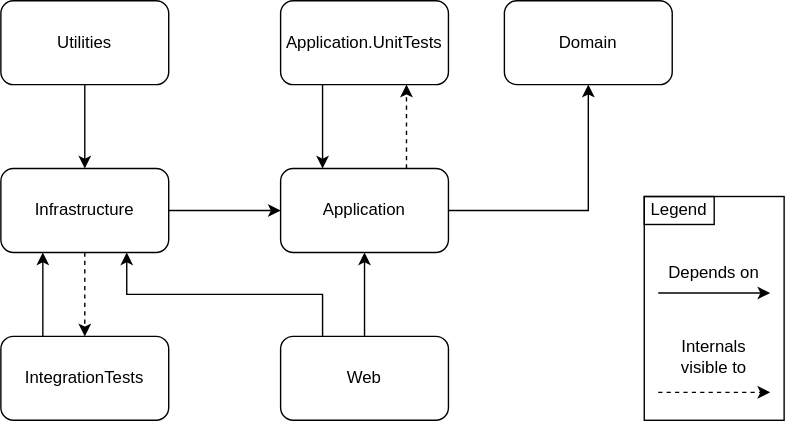
Earlier version of the draw.io export docs/diagrams/ProjectDependencyDiagram.drawio.svg (KGergo88/CinemaTicketBookingSystemApi). Source tidied: cells renumbered, new cells last; positions are measured from the earlier drawing's top-left corner, leaving out a move shared by most shapes. Source of this version:
```xml
<mxGraphModel>
  <root>
    <mxCell id="0" />
    <mxCell id="1" parent="0" />
    <mxCell id="2" style="edgeStyle=orthogonalEdgeStyle;rounded=0;jettySize=auto;html=1;exitX=0.25;exitY=1;exitDx=0;exitDy=0;entryX=0.25;entryY=0;entryDx=0;entryDy=0;" parent="1" edge="1" source="3" target="9">
      <mxGeometry relative="1" as="geometry" />
    </mxCell>
    <mxCell id="3" value="Application.UnitTests" style="rounded=1;whiteSpace=wrap;html=1;" parent="1" vertex="1">
      <mxGeometry x="200" width="120" height="60" as="geometry" />
    </mxCell>
    <mxCell id="4" style="edgeStyle=orthogonalEdgeStyle;rounded=0;jettySize=auto;html=1;exitX=1;exitY=0.5;exitDx=0;exitDy=0;entryX=0;entryY=0.5;entryDx=0;entryDy=0;" parent="1" edge="1" source="5" target="9">
      <mxGeometry relative="1" as="geometry" />
    </mxCell>
    <mxCell id="5" value="Infrastructure" style="rounded=1;whiteSpace=wrap;html=1;" parent="1" vertex="1">
      <mxGeometry y="120" width="120" height="60" as="geometry" />
    </mxCell>
    <mxCell id="6" value="Domain" style="rounded=1;whiteSpace=wrap;html=1;" parent="1" vertex="1">
      <mxGeometry x="360" width="120" height="60" as="geometry" />
    </mxCell>
    <mxCell id="7" style="edgeStyle=orthogonalEdgeStyle;rounded=0;jettySize=auto;html=1;exitX=0.75;exitY=0;exitDx=0;exitDy=0;entryX=0.75;entryY=1;entryDx=0;entryDy=0;dashed=1;" parent="1" edge="1" source="9" target="3">
      <mxGeometry relative="1" as="geometry" />
    </mxCell>
    <mxCell id="8" style="edgeStyle=orthogonalEdgeStyle;rounded=0;jettySize=auto;html=1;exitX=1;exitY=0.5;exitDx=0;exitDy=0;entryX=0.5;entryY=1;entryDx=0;entryDy=0;" parent="1" edge="1" source="9" target="6">
      <mxGeometry relative="1" as="geometry" />
    </mxCell>
    <mxCell id="9" value="Application" style="rounded=1;whiteSpace=wrap;html=1;" parent="1" vertex="1">
      <mxGeometry x="200" y="120" width="120" height="60" as="geometry" />
    </mxCell>
    <mxCell id="10" style="edgeStyle=orthogonalEdgeStyle;rounded=0;jettySize=auto;html=1;exitX=0.25;exitY=0;exitDx=0;exitDy=0;entryX=0.25;entryY=1;entryDx=0;entryDy=0;" parent="1" edge="1" source="11" target="5">
      <mxGeometry relative="1" as="geometry" />
    </mxCell>
    <mxCell id="11" value="IntegrationTests" style="rounded=1;whiteSpace=wrap;html=1;" parent="1" vertex="1">
      <mxGeometry y="240" width="120" height="60" as="geometry" />
    </mxCell>
    <mxCell id="12" style="edgeStyle=orthogonalEdgeStyle;rounded=0;jettySize=auto;html=1;exitX=0.5;exitY=0;exitDx=0;exitDy=0;entryX=0.5;entryY=1;entryDx=0;entryDy=0;" parent="1" edge="1" source="14" target="9">
      <mxGeometry relative="1" as="geometry" />
    </mxCell>
    <mxCell id="13" style="edgeStyle=orthogonalEdgeStyle;rounded=0;jettySize=auto;html=1;exitX=0.25;exitY=0;exitDx=0;exitDy=0;entryX=0.75;entryY=1;entryDx=0;entryDy=0;" parent="1" edge="1" source="14" target="5">
      <mxGeometry relative="1" as="geometry" />
    </mxCell>
    <mxCell id="14" value="Web" style="rounded=1;whiteSpace=wrap;html=1;" parent="1" vertex="1">
      <mxGeometry x="200" y="240" width="120" height="60" as="geometry" />
    </mxCell>
    <mxCell id="15" style="rounded=0;whiteSpace=wrap;html=1;" parent="1" vertex="1">
      <mxGeometry x="460" y="140" width="100" height="160" as="geometry" />
    </mxCell>
    <mxCell id="16" style="endArrow=classic;html=1;rounded=0;" parent="1" edge="1">
      <mxGeometry relative="1" as="geometry">
        <mxPoint x="470" y="209" as="sourcePoint" />
        <mxPoint x="550" y="209" as="targetPoint" />
      </mxGeometry>
    </mxCell>
    <mxCell id="17" style="endArrow=classic;html=1;rounded=0;dashed=1;" parent="1" edge="1">
      <mxGeometry relative="1" as="geometry">
        <mxPoint x="470" y="280" as="sourcePoint" />
        <mxPoint x="550" y="280" as="targetPoint" />
      </mxGeometry>
    </mxCell>
    <mxCell id="18" value="Depends on" style="text;html=1;align=center;verticalAlign=middle;whiteSpace=wrap;rounded=0;" parent="1" vertex="1">
      <mxGeometry x="470" y="180" width="80" height="30" as="geometry" />
    </mxCell>
    <mxCell id="19" value="Internals visible to" style="text;html=1;align=center;verticalAlign=middle;whiteSpace=wrap;rounded=0;" parent="1" vertex="1">
      <mxGeometry x="470" y="240" width="80" height="30" as="geometry" />
    </mxCell>
    <mxCell id="20" value="Legend" style="text;html=1;align=center;verticalAlign=middle;whiteSpace=wrap;rounded=0;strokeColor=default;" parent="1" vertex="1">
      <mxGeometry x="460" y="140" width="50" height="20" as="geometry" />
    </mxCell>
    <mxCell id="21" style="edgeStyle=none;html=1;exitX=0.5;exitY=1;exitDx=0;exitDy=0;entryX=0.5;entryY=0;entryDx=0;entryDy=0;" parent="1" edge="1" source="22" target="5">
      <mxGeometry relative="1" as="geometry" />
    </mxCell>
    <mxCell id="22" value="Utilities" style="rounded=1;whiteSpace=wrap;html=1;" parent="1" vertex="1">
      <mxGeometry width="120" height="60" as="geometry" />
    </mxCell>
    <mxCell id="23" style="edgeStyle=orthogonalEdgeStyle;rounded=0;jettySize=auto;html=1;entryX=0.5;entryY=0;entryDx=0;entryDy=0;dashed=1;exitX=0.5;exitY=1;exitDx=0;exitDy=0;" parent="1" edge="1" source="5" target="11">
      <mxGeometry relative="1" as="geometry" />
    </mxCell>
  </root>
</mxGraphModel>
```
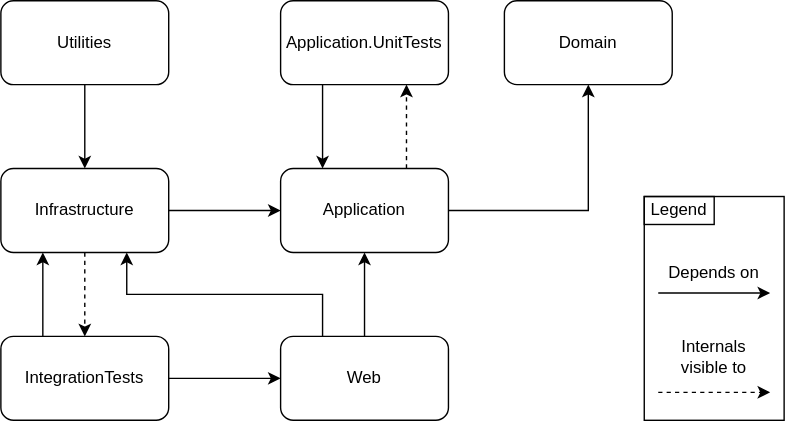
After the commit.

Diff of the diagram source:
```diff
@@ -74,5 +74,11 @@
     <mxCell id="23" style="edgeStyle=orthogonalEdgeStyle;rounded=0;jettySize=auto;html=1;entryX=0.5;entryY=0;entryDx=0;entryDy=0;dashed=1;exitX=0.5;exitY=1;exitDx=0;exitDy=0;" parent="1" edge="1" source="5" target="11">
       <mxGeometry relative="1" as="geometry" />
     </mxCell>
+    <mxCell id="24" style="edgeStyle=orthogonalEdgeStyle;rounded=0;orthogonalLoop=1;jettySize=auto;html=1;exitX=1;exitY=0.5;exitDx=0;exitDy=0;entryX=0;entryY=0.5;entryDx=0;entryDy=0;" parent="1" edge="1">
+      <mxGeometry relative="1" as="geometry">
+        <mxPoint x="120" y="270" as="sourcePoint" />
+        <mxPoint x="200" y="270" as="targetPoint" />
+      </mxGeometry>
+    </mxCell>
   </root>
 </mxGraphModel>
```
